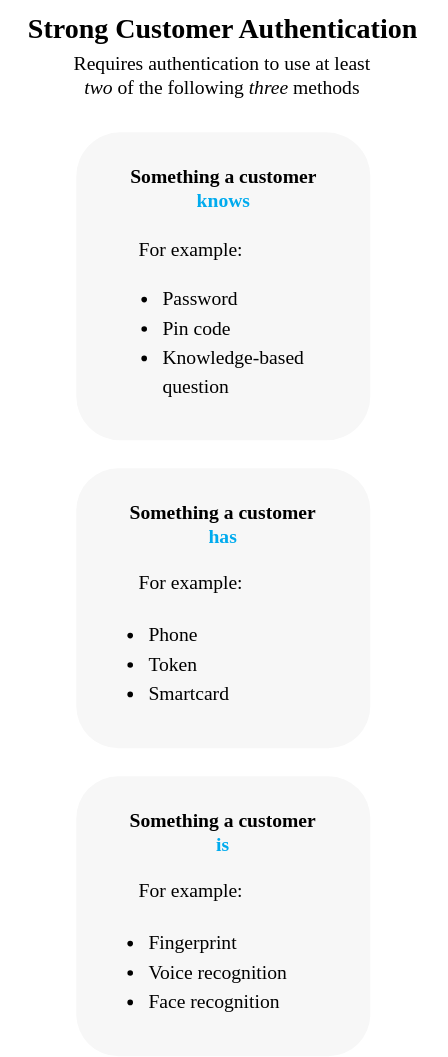
wendyverdonk93/docs keeps this draw.io diagram as static/diagrams/SCA_mobile.svg. Above is the earlier version. Source tidied: cells renumbered, new cells last; positions are measured from the earlier drawing's top-left corner, leaving out a move shared by most shapes.
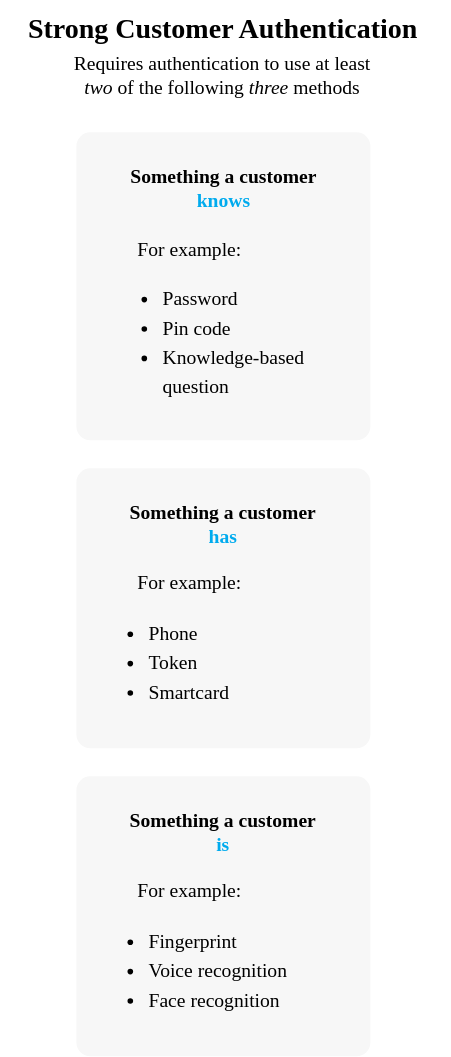
Later version of the same file.

The edit, as a diff of the source:
```diff
@@ -8,19 +8,19 @@
     <mxCell id="3" value="Requires authentication to use at least &lt;br&gt;&lt;i style=&quot;font-size: 14px&quot;&gt;two&lt;/i&gt; of the following &lt;i style=&quot;font-size: 14px&quot;&gt;three&lt;/i&gt; methods" style="text;html=1;strokeColor=none;fillColor=none;align=center;verticalAlign=middle;whiteSpace=wrap;rounded=0;fontFamily=Nunito;fontSource=https%3A%2F%2Ffonts.googleapis.com%2Fcss%3Ffamily%3DNunito;fontSize=14;" parent="1" vertex="1">
       <mxGeometry x="12" y="30" width="285" height="40" as="geometry" />
     </mxCell>
-    <mxCell id="4" style="rounded=1;whiteSpace=wrap;html=1;fontFamily=Nunito;fontColor=#FAFAFA;fillColor=#F7F7F7;shadow=0;sketch=0;strokeColor=none;fontSize=14;imageAspect=1;fontSource=https%3A%2F%2Ffonts.googleapis.com%2Fcss%3Ffamily%3DNunito;" parent="1" vertex="1">
+    <mxCell id="4" style="rounded=1;whiteSpace=wrap;html=1;fontFamily=Nunito;fontColor=#FAFAFA;fillColor=#F7F7F7;shadow=0;sketch=0;strokeColor=none;fontSize=14;imageAspect=1;fontSource=https%3A%2F%2Ffonts.googleapis.com%2Fcss%3Ffamily%3DNunito;absoluteArcSize=1;" parent="1" vertex="1">
       <mxGeometry x="50" y="90" width="210" height="220" as="geometry" />
     </mxCell>
     <mxCell id="5" value="&lt;b style=&quot;font-size: 14px&quot;&gt;Something a customer&lt;br&gt;&lt;font color=&quot;#00abee&quot; style=&quot;font-size: 14px&quot;&gt;knows&lt;/font&gt;&lt;/b&gt;" style="text;html=1;strokeColor=none;fillColor=none;align=center;verticalAlign=middle;whiteSpace=wrap;rounded=0;fontFamily=Nunito;fontSource=https%3A%2F%2Ffonts.googleapis.com%2Fcss%3Ffamily%3DNunito;fontSize=14;" parent="1" vertex="1">
       <mxGeometry x="57.5" y="113" width="195" height="36" as="geometry" />
     </mxCell>
-    <mxCell id="6" style="rounded=1;whiteSpace=wrap;html=1;fontFamily=Nunito;fontColor=#FAFAFA;fillColor=#F7F7F7;strokeColor=none;fontSize=14;imageAspect=1;fontSource=https%3A%2F%2Ffonts.googleapis.com%2Fcss%3Ffamily%3DNunito;" parent="1" vertex="1">
+    <mxCell id="6" style="rounded=1;whiteSpace=wrap;html=1;fontFamily=Nunito;fontColor=#FAFAFA;fillColor=#F7F7F7;strokeColor=none;fontSize=14;imageAspect=1;fontSource=https%3A%2F%2Ffonts.googleapis.com%2Fcss%3Ffamily%3DNunito;absoluteArcSize=1;" parent="1" vertex="1">
       <mxGeometry x="50" y="330" width="210" height="200" as="geometry" />
     </mxCell>
     <mxCell id="7" value="&lt;b style=&quot;font-size: 14px&quot;&gt;Something a customer&lt;br&gt;&lt;font color=&quot;#00abee&quot; style=&quot;font-size: 14px&quot;&gt;has&lt;/font&gt;&lt;/b&gt;" style="text;html=1;strokeColor=none;fillColor=none;align=center;verticalAlign=middle;whiteSpace=wrap;rounded=0;fontFamily=Nunito;fontSource=https%3A%2F%2Ffonts.googleapis.com%2Fcss%3Ffamily%3DNunito;fontSize=14;" parent="1" vertex="1">
       <mxGeometry x="65" y="353" width="180" height="36" as="geometry" />
     </mxCell>
-    <mxCell id="8" style="rounded=1;whiteSpace=wrap;html=1;fontFamily=Nunito;fontColor=#FAFAFA;fillColor=#F7F7F7;strokeColor=none;fontSize=14;imageAspect=1;fontSource=https%3A%2F%2Ffonts.googleapis.com%2Fcss%3Ffamily%3DNunito;" parent="1" vertex="1">
+    <mxCell id="8" style="rounded=1;whiteSpace=wrap;html=1;fontFamily=Nunito;fontColor=#FAFAFA;fillColor=#F7F7F7;strokeColor=none;fontSize=14;imageAspect=1;fontSource=https%3A%2F%2Ffonts.googleapis.com%2Fcss%3Ffamily%3DNunito;absoluteArcSize=1;" parent="1" vertex="1">
       <mxGeometry x="50" y="550" width="210" height="200" as="geometry" />
     </mxCell>
     <mxCell id="9" value="&lt;b style=&quot;font-size: 14px&quot;&gt;Something a customer&lt;br&gt;&lt;font color=&quot;#00abee&quot; style=&quot;font-size: 14px&quot;&gt;is&lt;/font&gt;&lt;/b&gt;" style="text;html=1;strokeColor=none;fillColor=none;align=center;verticalAlign=middle;whiteSpace=wrap;rounded=0;fontFamily=Nunito;fontSource=https%3A%2F%2Ffonts.googleapis.com%2Fcss%3Ffamily%3DNunito;fontSize=14;" parent="1" vertex="1">
```
